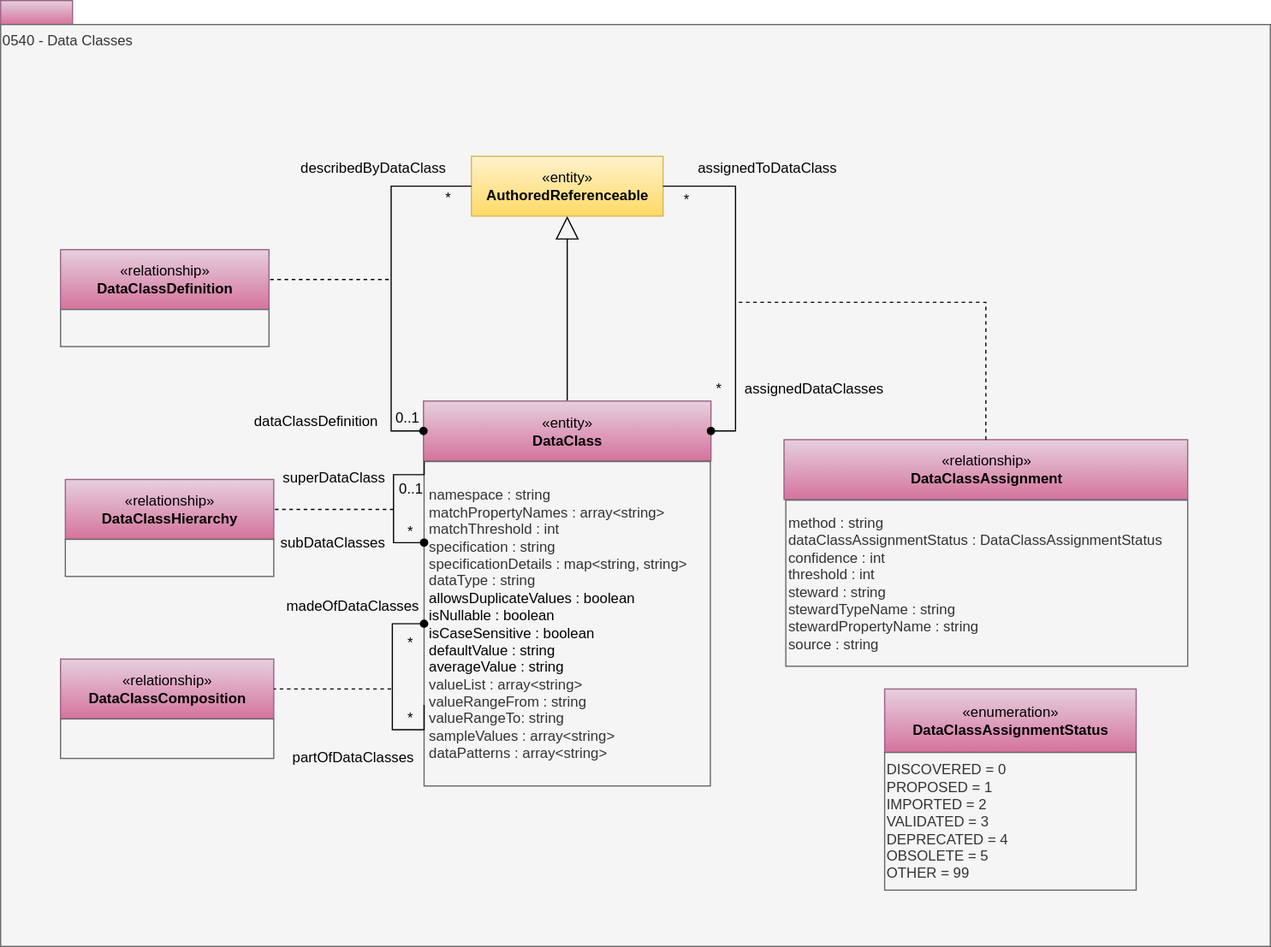
odpi/egeria-docs keeps this draw.io diagram as site/docs/types/5/0540-Data-Classes.svg. Above is the earlier version. Source tidied: cells renumbered, new cells last; positions are measured from the earlier drawing's top-left corner, leaving out a move shared by most shapes.
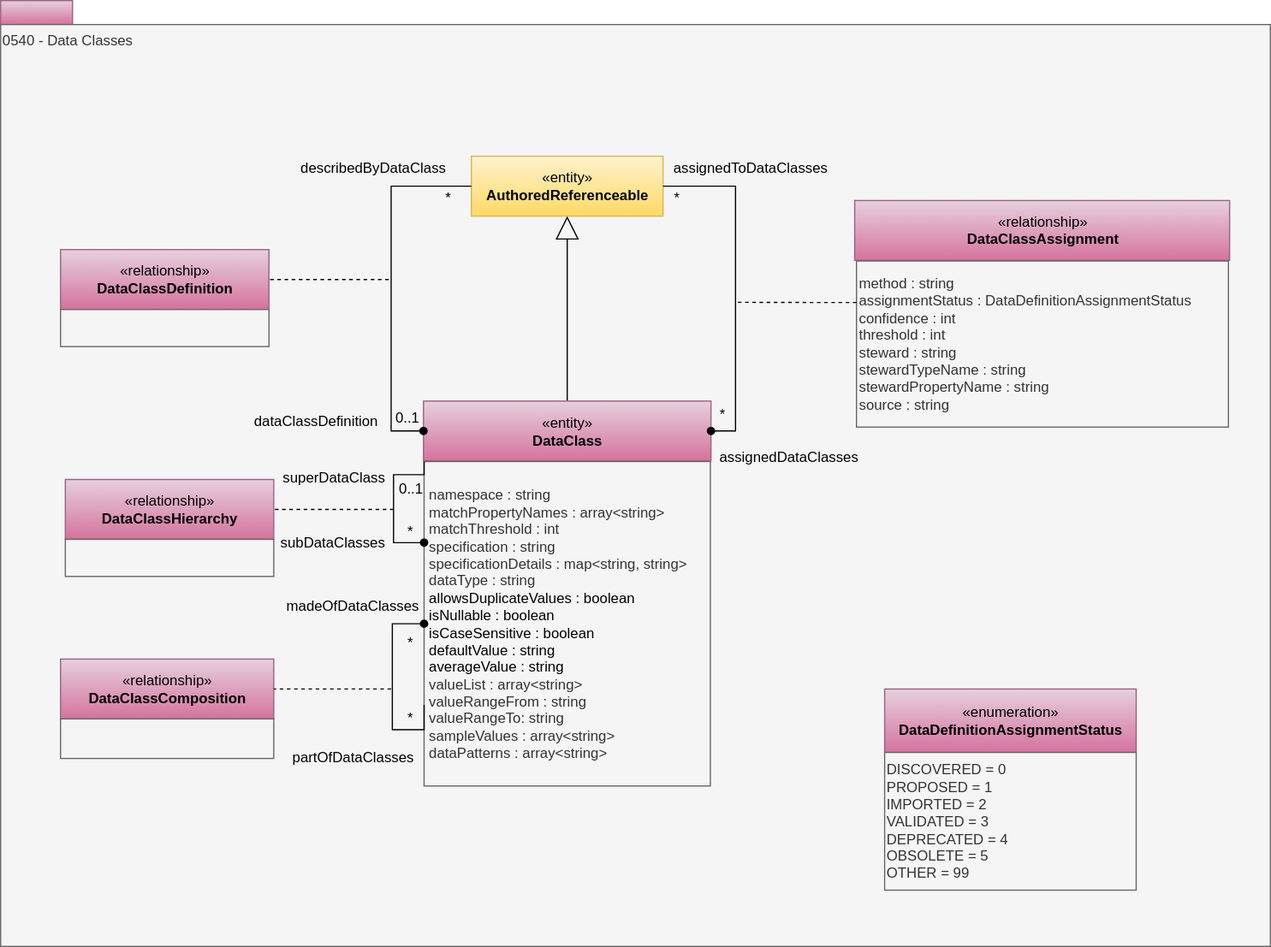
The same file after the commit.

Diff of the diagram source:
```diff
@@ -32,34 +32,35 @@
       <mxGeometry x="54" y="450" width="174" height="31" as="geometry" />
     </mxCell>
     <mxCell id="11" value="*" style="text;html=1;strokeColor=none;fillColor=none;align=center;verticalAlign=middle;whiteSpace=wrap;rounded=0;" parent="1" vertex="1">
-      <mxGeometry x="553" y="156.5" width="40" height="20" as="geometry" />
+      <mxGeometry x="545" y="155" width="40" height="20" as="geometry" />
     </mxCell>
     <mxCell id="12" value="*" style="text;html=1;strokeColor=none;fillColor=none;align=center;verticalAlign=middle;whiteSpace=wrap;rounded=0;" parent="1" vertex="1">
-      <mxGeometry x="580" y="314.5" width="40" height="20" as="geometry" />
+      <mxGeometry x="583" y="336.2" width="40" height="20" as="geometry" />
     </mxCell>
-    <mxCell id="13" value="assignedToDataClass" style="text;html=1;strokeColor=none;fillColor=none;align=center;verticalAlign=middle;whiteSpace=wrap;rounded=0;" parent="1" vertex="1">
-      <mxGeometry x="553.5" y="130" width="173" height="20" as="geometry" />
+    <mxCell id="13" value="assignedToDataClasses" style="text;html=1;strokeColor=none;fillColor=none;align=center;verticalAlign=middle;whiteSpace=wrap;rounded=0;" parent="1" vertex="1">
+      <mxGeometry x="540" y="130" width="173" height="20" as="geometry" />
     </mxCell>
     <mxCell id="14" value="assignedDataClasses" style="text;html=1;strokeColor=none;fillColor=none;align=center;verticalAlign=middle;whiteSpace=wrap;rounded=0;" parent="1" vertex="1">
-      <mxGeometry x="618" y="314.5" width="123" height="20" as="geometry" />
+      <mxGeometry x="597" y="372" width="123" height="20" as="geometry" />
     </mxCell>
-    <mxCell id="15" value="«enumeration»&lt;br&gt;&lt;b&gt;DataClassAssignmentStatus&lt;/b&gt;" style="html=1;strokeColor=#996185;align=center;fillColor=#e6d0de;gradientColor=#d5739d;" parent="1" vertex="1">
+    <mxCell id="15" value="«enumeration»&lt;br&gt;&lt;b&gt;DataDefinitionAssignmentStatus&lt;/b&gt;" style="html=1;strokeColor=#996185;align=center;fillColor=#e6d0de;gradientColor=#d5739d;" parent="1" vertex="1">
       <mxGeometry x="738" y="575" width="210" height="53" as="geometry" />
     </mxCell>
     <mxCell id="16" value="DISCOVERED = 0&lt;br&gt;PROPOSED = 1&lt;br&gt;IMPORTED = 2&lt;br&gt;VALIDATED = 3&lt;br&gt;DEPRECATED = 4&lt;br&gt;OBSOLETE = 5&lt;br&gt;OTHER = 99&lt;br&gt;" style="rounded=0;whiteSpace=wrap;html=1;strokeColor=#666666;align=left;fillColor=#f5f5f5;fontColor=#333333;" parent="1" vertex="1">
       <mxGeometry x="738" y="628" width="210" height="115" as="geometry" />
     </mxCell>
     <mxCell id="17" value="«relationship»&lt;br&gt;&lt;b&gt;DataClassAssignment&lt;/b&gt;" style="html=1;strokeColor=#996185;align=center;fillColor=#e6d0de;gradientColor=#d5739d;" parent="1" vertex="1">
-      <mxGeometry x="654" y="366.8" width="337" height="50" as="geometry" />
+      <mxGeometry x="713" y="167" width="313" height="50" as="geometry" />
     </mxCell>
-    <mxCell id="18" value="&lt;span&gt;method : string&lt;/span&gt;&lt;br&gt;&lt;span&gt;dataClassAssignmentStatus : DataClassAssignmentStatus&lt;/span&gt;&lt;br&gt;&lt;span&gt;confidence : int&lt;/span&gt;&lt;br&gt;&lt;span&gt;threshold : int&lt;/span&gt;&lt;br&gt;&lt;span&gt;steward : string&lt;/span&gt;&lt;div&gt;stewardTypeName : string&lt;/div&gt;&lt;div&gt;stewardPropertyName : string&lt;br&gt;&lt;span&gt;source : string&lt;/span&gt;&lt;/div&gt;" style="rounded=0;whiteSpace=wrap;html=1;strokeColor=#666666;align=left;fillColor=#f5f5f5;fontColor=#333333;" parent="1" vertex="1">
-      <mxGeometry x="655.5" y="417.2" width="335.5" height="138.8" as="geometry" />
+    <mxCell id="18" value="&lt;span&gt;method : string&lt;/span&gt;&lt;br&gt;&lt;span&gt;assignmentStatus : DataDefinitionAssignmentStatus&lt;/span&gt;&lt;br&gt;&lt;span&gt;confidence : int&lt;/span&gt;&lt;br&gt;&lt;span&gt;threshold : int&lt;/span&gt;&lt;br&gt;&lt;span&gt;steward : string&lt;/span&gt;&lt;div&gt;stewardTypeName : string&lt;/div&gt;&lt;div&gt;stewardPropertyName : string&lt;br&gt;&lt;span&gt;source : string&lt;/span&gt;&lt;/div&gt;" style="rounded=0;whiteSpace=wrap;html=1;strokeColor=#666666;align=left;fillColor=#f5f5f5;fontColor=#333333;" parent="1" vertex="1">
+      <mxGeometry x="714.5" y="217.5" width="310.5" height="138.8" as="geometry" />
     </mxCell>
-    <mxCell id="19" style="endArrow=none;dashed=1;html=1;exitX=0.5;exitY=0;exitDx=0;exitDy=0;rounded=0;edgeStyle=orthogonalEdgeStyle;" parent="1" edge="1" source="17">
+    <mxCell id="19" style="endArrow=none;dashed=1;html=1;exitX=0;exitY=0.25;exitDx=0;exitDy=0;rounded=0;edgeStyle=orthogonalEdgeStyle;" parent="1" edge="1" source="18">
       <mxGeometry relative="1" as="geometry">
         <mxPoint x="613.5" y="252" as="targetPoint" />
         <Array as="points">
-          <mxPoint x="823" y="252" />
+          <mxPoint x="692" y="252" />
+          <mxPoint x="692" y="252" />
         </Array>
       </mxGeometry>
     </mxCell>
```
